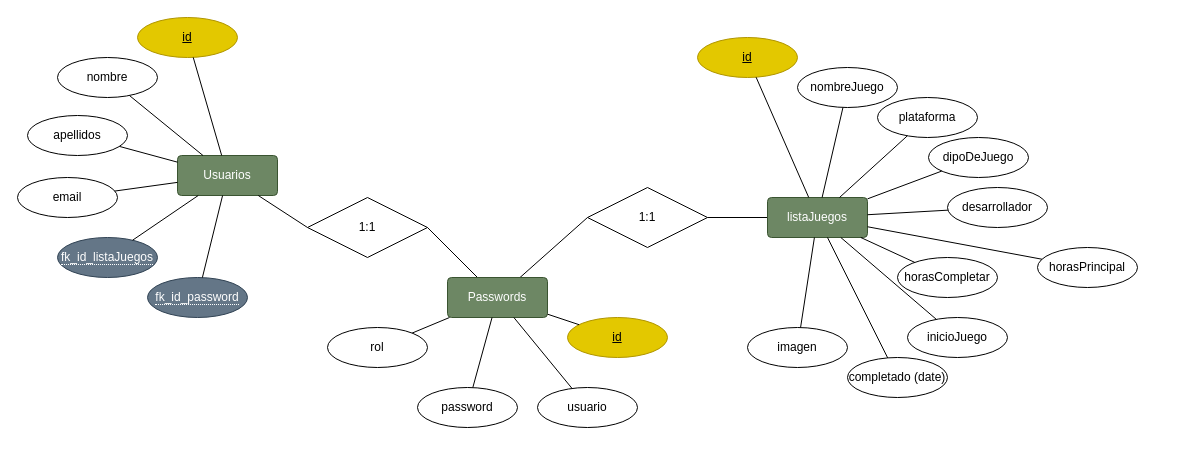
Before: BASES DATOS/Diagrama sin título.drawio in Pendergastt/Impulso_06, a draw.io diagram. Source tidied: cells renumbered, new cells numbered last; positions are measured from the earlier drawing's top-left corner, leaving out a move shared by most shapes. Both pictures are drawn from the tidied source at 100%, with x=0, y=0 at pixel (17, 17).
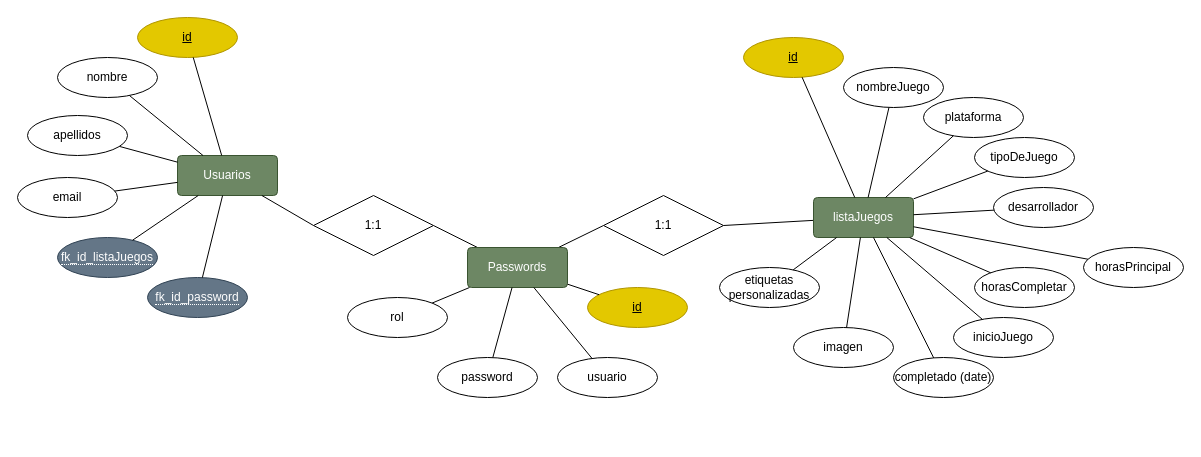
The same diagram, later.

The change refers to these unchanged cells:
```xml
<mxCell id="17" value="listaJuegos" style="rounded=1;arcSize=10;whiteSpace=wrap;html=1;align=center;fillColor=#6d8764;fontColor=#ffffff;strokeColor=#3A5431;" parent="6" vertex="1">
  <mxGeometry x="50" y="160" width="100" height="40" as="geometry" />
</mxCell>
```

Change to the diagram source:
```diff
@@
     <mxCell id="5" value="1:1" style="shape=rhombus;perimeter=rhombusPerimeter;whiteSpace=wrap;html=1;align=center;rotation=0;" parent="1" vertex="1">
-      <mxGeometry x="570" y="170" width="120" height="60" as="geometry" />
+      <mxGeometry x="586" y="178" width="120" height="60" as="geometry" />
     </mxCell>
     <mxCell id="6" style="group;" parent="1" vertex="1">
-      <mxGeometry x="700" y="20" width="420" height="360" as="geometry" />
+      <mxGeometry x="746" y="20" width="420" height="360" as="geometry" />
     </mxCell>
@@
-    <mxCell id="10" value="dipoDeJuego" style="ellipse;whiteSpace=wrap;html=1;align=center;" parent="6" vertex="1">
+    <mxCell id="10" value="tipoDeJuego" style="ellipse;whiteSpace=wrap;html=1;align=center;" parent="6" vertex="1">
       <mxGeometry x="211" y="100" width="100" height="40" as="geometry" />
     </mxCell>
@@
     <mxCell id="12" value="horasCompletar" style="ellipse;whiteSpace=wrap;html=1;align=center;" parent="6" vertex="1">
-      <mxGeometry x="180" y="220" width="100" height="40" as="geometry" />
+      <mxGeometry x="211" y="230" width="100" height="40" as="geometry" />
     </mxCell>
@@
+    <mxCell id="55" value="etiquetas personalizadas" style="ellipse;whiteSpace=wrap;html=1;align=center;" parent="6" vertex="1">
+      <mxGeometry x="-44" y="230" width="100" height="40" as="geometry" />
+    </mxCell>
+    <mxCell id="56" style="edgeStyle=none;jettySize=auto;html=1;rounded=0;endArrow=none;endFill=0;" parent="6" edge="1" source="17" target="55">
+      <mxGeometry relative="1" as="geometry" />
+    </mxCell>
@@
     <mxCell id="42" style="group;" parent="1" vertex="1">
-      <mxGeometry x="340" y="260" width="330" height="162" as="geometry" />
+      <mxGeometry x="360" y="230" width="330" height="162" as="geometry" />
     </mxCell>
@@
     <mxCell id="54" value="1:1" style="shape=rhombus;perimeter=rhombusPerimeter;whiteSpace=wrap;html=1;align=center;rotation=0;" parent="1" vertex="1">
-      <mxGeometry x="290" y="180" width="120" height="60" as="geometry" />
+      <mxGeometry x="296" y="178" width="120" height="60" as="geometry" />
     </mxCell>
```
